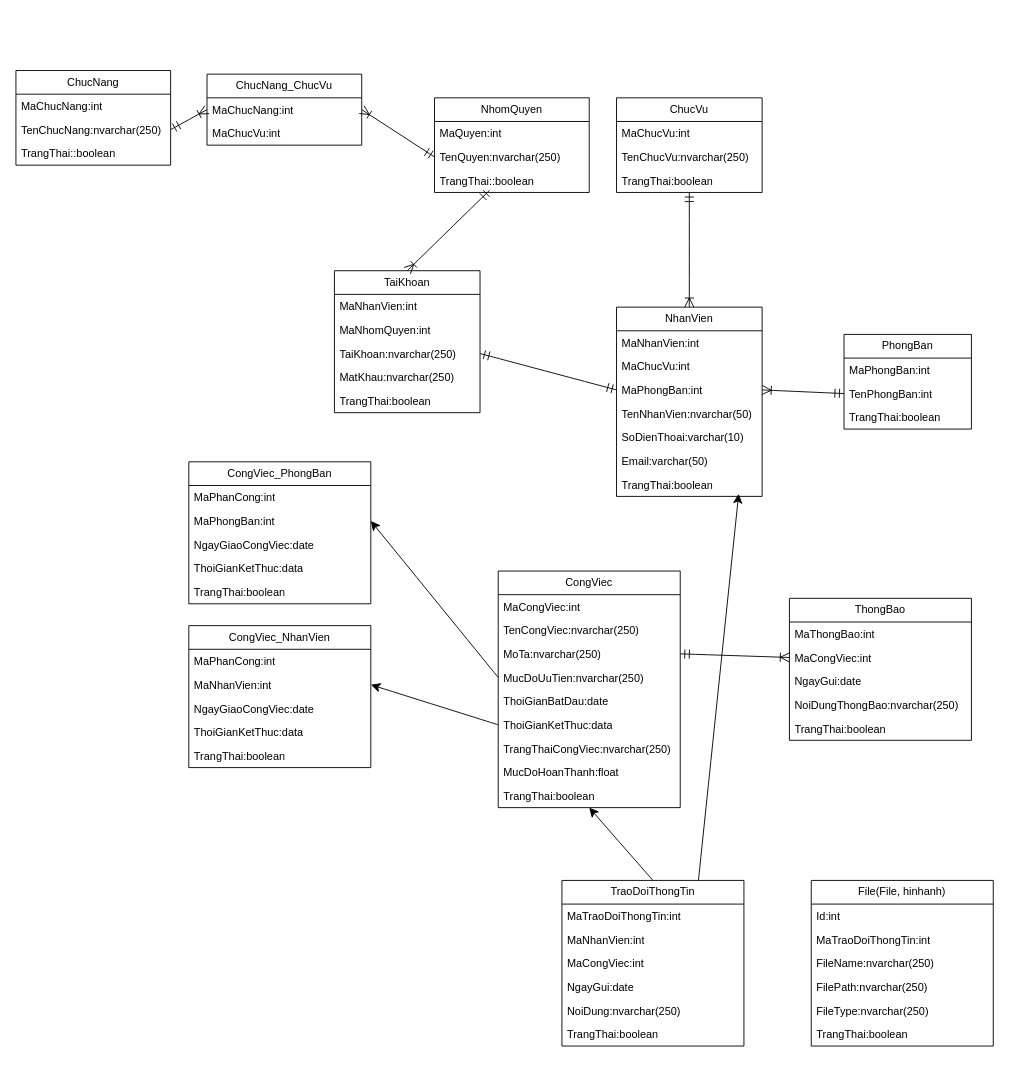
Earlier version of the draw.io diagram j2ee.drawio (maivantai2003/vercelDemo). Source tidied: cells renumbered, new cells numbered last; positions are measured from the earlier drawing's top-left corner, leaving out a move shared by most shapes. Both pictures are drawn from the tidied source at 91%, with x=0, y=0 at pixel (15, 70).
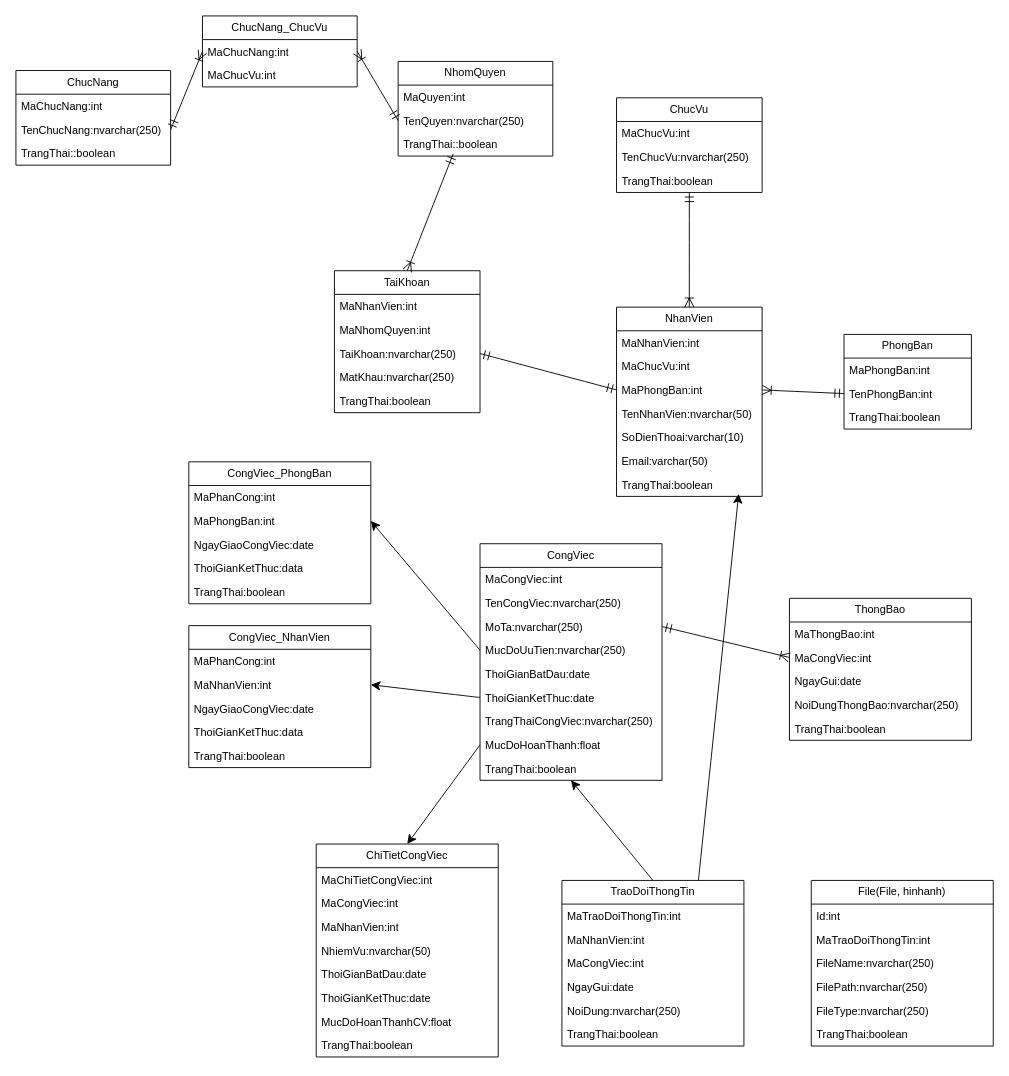
Above is the later version.

The change refers to these unchanged cells:
```xml
<mxCell id="29" value="MucDoHoanThanh:float" style="text;strokeColor=none;fillColor=none;align=left;verticalAlign=top;spacingLeft=4;spacingRight=4;overflow=hidden;points=[[0,0.5],[1,0.5]];portConstraint=eastwest;whiteSpace=wrap;html=1;" parent="21" vertex="1">
  <mxGeometry y="208" width="200" height="26" as="geometry" />
</mxCell>
```

Change to the diagram source:
```diff
@@
     <mxCell id="21" value="CongViec" style="swimlane;fontStyle=0;horizontal=1;startSize=26;fillColor=none;whiteSpace=wrap;html=1;" parent="1" vertex="1">
-      <mxGeometry x="530" y="550" width="200" height="260" as="geometry" />
+      <mxGeometry x="510" y="520" width="200" height="260" as="geometry" />
     </mxCell>
@@
-    <mxCell id="27" value="ThoiGianKetThuc:data" style="text;strokeColor=none;fillColor=none;align=left;verticalAlign=top;spacingLeft=4;spacingRight=4;overflow=hidden;points=[[0,0.5],[1,0.5]];portConstraint=eastwest;whiteSpace=wrap;html=1;" parent="21" vertex="1">
+    <mxCell id="27" value="ThoiGianKetThuc:date" style="text;strokeColor=none;fillColor=none;align=left;verticalAlign=top;spacingLeft=4;spacingRight=4;overflow=hidden;points=[[0,0.5],[1,0.5]];portConstraint=eastwest;whiteSpace=wrap;html=1;" parent="21" vertex="1">
       <mxGeometry y="156" width="200" height="26" as="geometry" />
     </mxCell>
@@
     <mxCell id="78" value="ChucNang_ChucVu" style="swimlane;fontStyle=0;horizontal=1;startSize=26;fillColor=none;whiteSpace=wrap;html=1;" parent="1" vertex="1">
-      <mxGeometry x="210" y="4" width="170" height="78" as="geometry" />
+      <mxGeometry x="205" y="-60" width="170" height="78" as="geometry" />
     </mxCell>
@@
     <mxCell id="81" value="NhomQuyen" style="swimlane;fontStyle=0;horizontal=1;startSize=26;fillColor=none;whiteSpace=wrap;html=1;" parent="1" vertex="1">
-      <mxGeometry x="460" y="30" width="170" height="104" as="geometry" />
+      <mxGeometry x="420" y="-10" width="170" height="104" as="geometry" />
     </mxCell>
@@
+    <mxCell id="88" value="ChiTietCongViec" style="swimlane;fontStyle=0;horizontal=1;startSize=26;fillColor=none;whiteSpace=wrap;html=1;" parent="1" vertex="1">
+      <mxGeometry x="330" y="850" width="200" height="234" as="geometry" />
+    </mxCell>
+    <mxCell id="89" value="MaChiTietCongViec:int" style="text;strokeColor=none;fillColor=none;align=left;verticalAlign=top;spacingLeft=4;spacingRight=4;overflow=hidden;whiteSpace=wrap;html=1;" parent="88" vertex="1">
+      <mxGeometry y="26" width="200" height="26" as="geometry" />
+    </mxCell>
+    <mxCell id="90" value="MaCongViec:int" style="text;strokeColor=none;fillColor=none;align=left;verticalAlign=top;spacingLeft=4;spacingRight=4;overflow=hidden;whiteSpace=wrap;html=1;" parent="88" vertex="1">
+      <mxGeometry y="52" width="200" height="26" as="geometry" />
+    </mxCell>
+    <mxCell id="91" value="MaNhanVien:int" style="text;strokeColor=none;fillColor=none;align=left;verticalAlign=top;spacingLeft=4;spacingRight=4;overflow=hidden;whiteSpace=wrap;html=1;" parent="88" vertex="1">
+      <mxGeometry y="78" width="200" height="26" as="geometry" />
+    </mxCell>
+    <mxCell id="92" value="NhiemVu:nvarchar(50)" style="text;strokeColor=none;fillColor=none;align=left;verticalAlign=top;spacingLeft=4;spacingRight=4;overflow=hidden;whiteSpace=wrap;html=1;" parent="88" vertex="1">
+      <mxGeometry y="104" width="200" height="26" as="geometry" />
+    </mxCell>
+    <mxCell id="93" value="ThoiGianBatDau:date" style="text;strokeColor=none;fillColor=none;align=left;verticalAlign=top;spacingLeft=4;spacingRight=4;overflow=hidden;whiteSpace=wrap;html=1;" parent="88" vertex="1">
+      <mxGeometry y="130" width="200" height="26" as="geometry" />
+    </mxCell>
+    <mxCell id="94" value="ThoiGianKetThuc:date" style="text;strokeColor=none;fillColor=none;align=left;verticalAlign=top;spacingLeft=4;spacingRight=4;overflow=hidden;whiteSpace=wrap;html=1;" parent="88" vertex="1">
+      <mxGeometry y="156" width="200" height="26" as="geometry" />
+    </mxCell>
+    <mxCell id="95" value="MucDoHoanThanhCV:float" style="text;strokeColor=none;fillColor=none;align=left;verticalAlign=top;spacingLeft=4;spacingRight=4;overflow=hidden;whiteSpace=wrap;html=1;" parent="88" vertex="1">
+      <mxGeometry y="182" width="200" height="26" as="geometry" />
+    </mxCell>
+    <mxCell id="96" value="TrangThai:boolean" style="text;strokeColor=none;fillColor=none;align=left;verticalAlign=top;spacingLeft=4;spacingRight=4;overflow=hidden;whiteSpace=wrap;html=1;" parent="88" vertex="1">
+      <mxGeometry y="208" width="200" height="26" as="geometry" />
+    </mxCell>
+    <mxCell id="97" style="edgeStyle=none;curved=1;rounded=0;jettySize=auto;html=1;exitX=0;exitY=0.5;exitDx=0;exitDy=0;entryX=0.5;entryY=0;entryDx=0;entryDy=0;fontSize=12;startSize=8;endSize=8;" parent="1" edge="1" source="29" target="88">
+      <mxGeometry relative="1" as="geometry" />
+    </mxCell>
```
